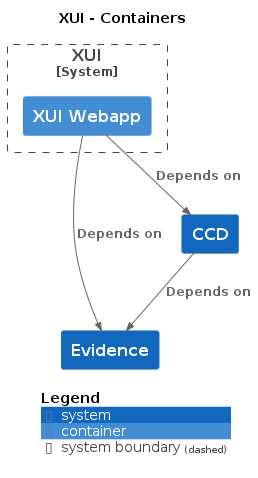
Above: docs/c4/xui/images/structurizr-xui-overview.png in hmcts/cnp-api-docs (PlantUML), before the change. Its diagram source:
```plantuml
@startuml
title XUI - Containers

top to bottom direction

!include https://raw.githubusercontent.com/plantuml-stdlib/C4-PlantUML/master/C4.puml
!include https://raw.githubusercontent.com/plantuml-stdlib/C4-PlantUML/master/C4_Context.puml
!include https://raw.githubusercontent.com/plantuml-stdlib/C4-PlantUML/master/C4_Container.puml

System(CCD, "CCD", "", $tags="")
System(Evidence, "Evidence", "", $tags="")

System_Boundary("XUI_boundary", "XUI") {
  Container(XUI.XUIWebapp, "XUI Webapp", "", $tags="")
}

Rel_D(CCD, Evidence, "Depends on", $tags="")
Rel_D(XUI.XUIWebapp, Evidence, "Depends on", $tags="")
Rel_D(XUI.XUIWebapp, CCD, "Depends on", $tags="")

SHOW_DYNAMIC_LEGEND()
@enduml
```
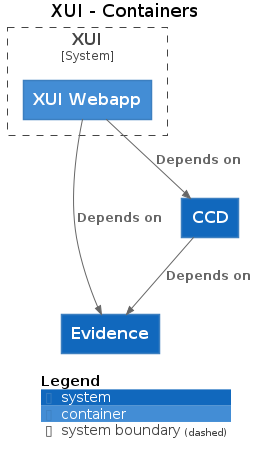
The same diagram one commit later.

Diff of the diagram source:
```diff
@@ -3,20 +3,20 @@
 
 top to bottom direction
 
-!include https://raw.githubusercontent.com/plantuml-stdlib/C4-PlantUML/master/C4.puml
-!include https://raw.githubusercontent.com/plantuml-stdlib/C4-PlantUML/master/C4_Context.puml
-!include https://raw.githubusercontent.com/plantuml-stdlib/C4-PlantUML/master/C4_Container.puml
+!includeurl https://raw.githubusercontent.com/plantuml-stdlib/C4-PlantUML/master/C4.puml
+!includeurl https://raw.githubusercontent.com/plantuml-stdlib/C4-PlantUML/master/C4_Context.puml
+!includeurl https://raw.githubusercontent.com/plantuml-stdlib/C4-PlantUML/master/C4_Container.puml
 
-System(CCD, "CCD", "", $tags="")
-System(Evidence, "Evidence", "", $tags="")
+System(CCD, "CCD", "")
+System(Evidence, "Evidence", "")
 
 System_Boundary("XUI_boundary", "XUI") {
-  Container(XUI.XUIWebapp, "XUI Webapp", "", $tags="")
+  Container(XUI.XUIWebapp, "XUI Webapp", "")
 }
 
-Rel_D(CCD, Evidence, "Depends on", $tags="")
-Rel_D(XUI.XUIWebapp, Evidence, "Depends on", $tags="")
-Rel_D(XUI.XUIWebapp, CCD, "Depends on", $tags="")
+Rel_D(CCD, Evidence, "Depends on")
+Rel_D(XUI.XUIWebapp, Evidence, "Depends on")
+Rel_D(XUI.XUIWebapp, CCD, "Depends on")
 
 SHOW_DYNAMIC_LEGEND()
 @enduml
```
